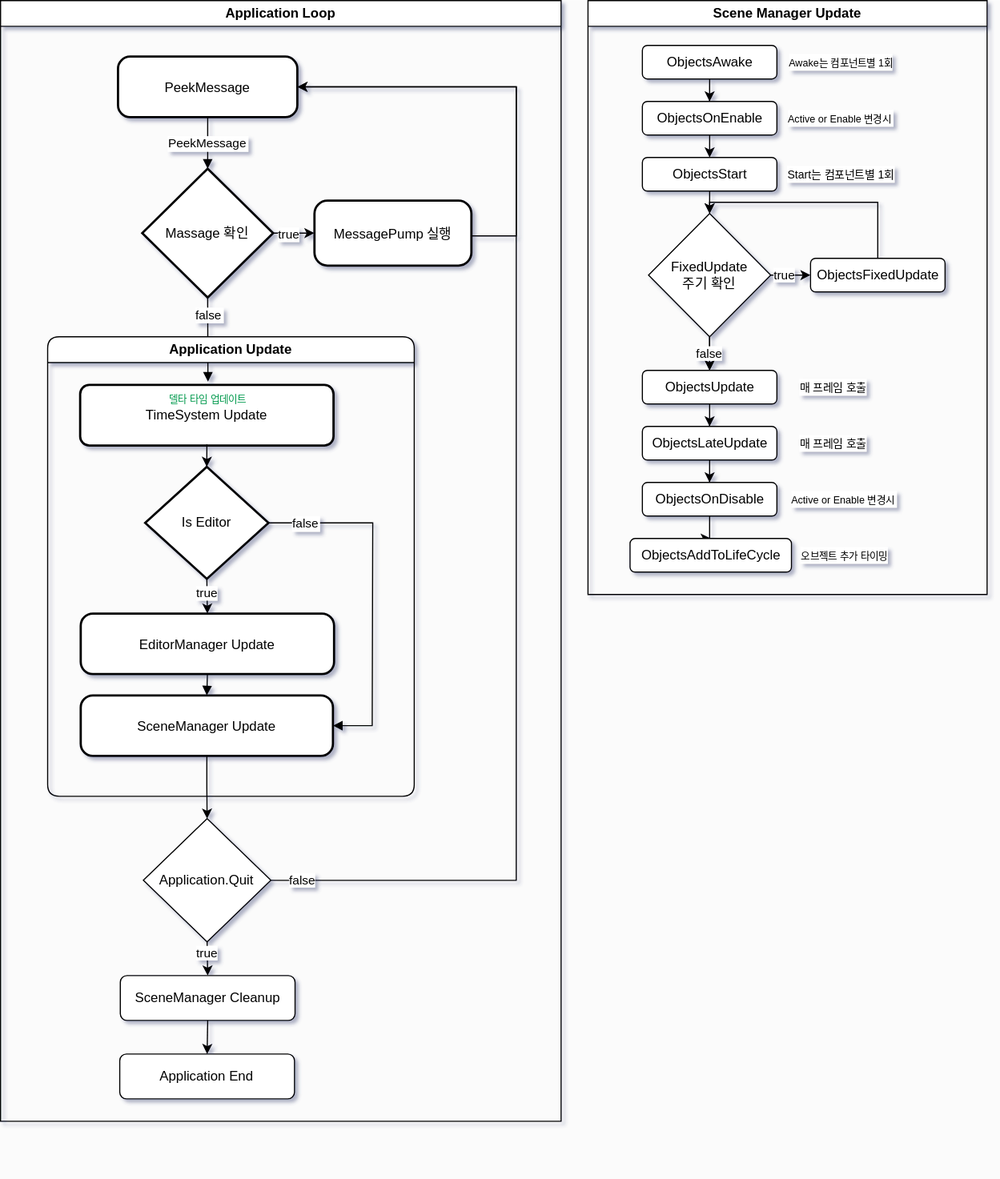
Above: Diagram/GameEngineFlowChart.drawio.svg in Scarecrow37/VanishingGround (draw.io), before the change. Source tidied: cells renumbered, new cells last; positions are measured from the earlier drawing's top-left corner, leaving out a move shared by most shapes.
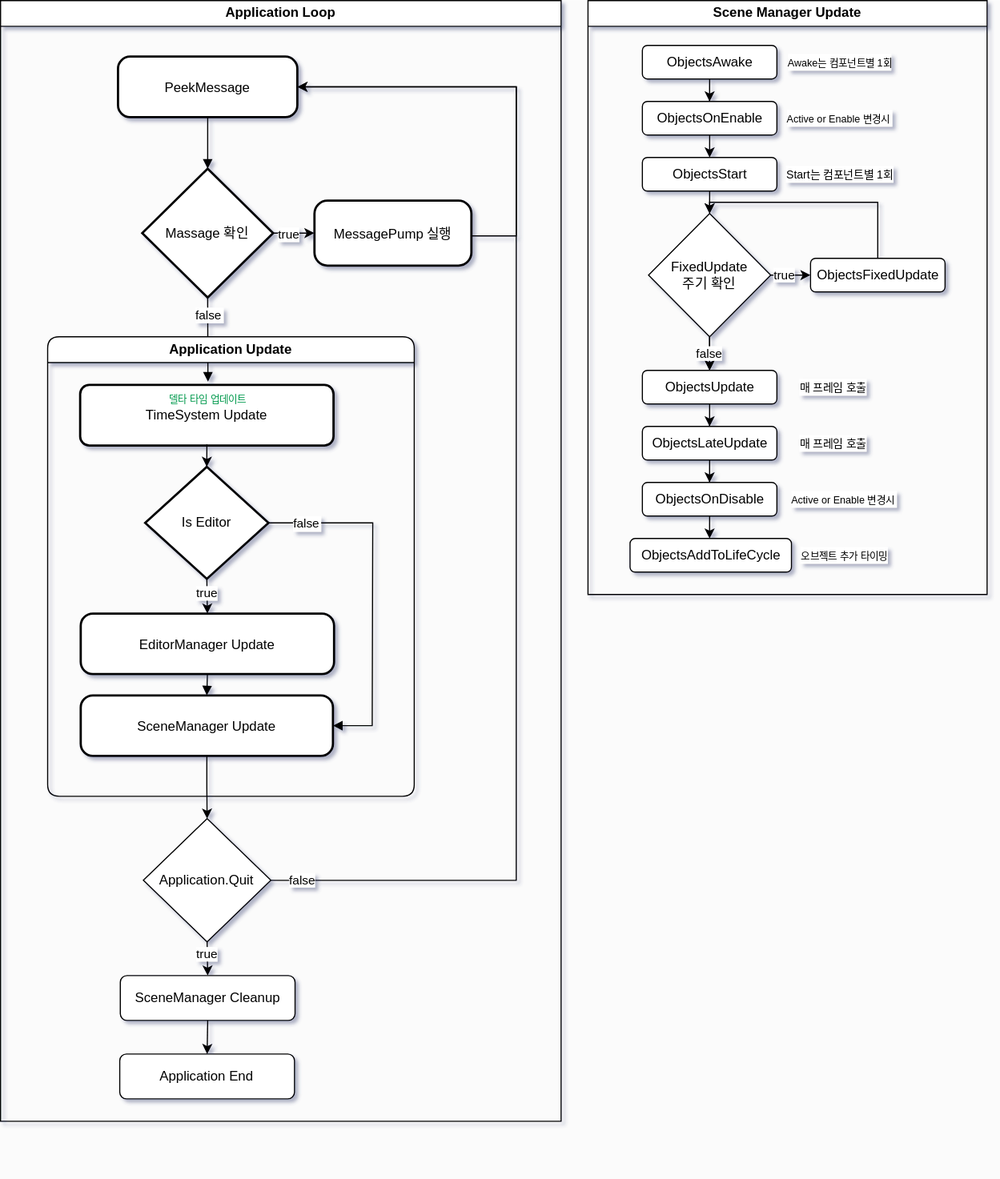
The same file after the commit.

The edit, as a diff of the source:
```diff
@@ -30,7 +30,7 @@
     <mxCell id="8" value="MessagePump 실행" style="rounded=1;arcSize=20;strokeWidth=2;labelBackgroundColor=default;" parent="3" vertex="1">
       <mxGeometry x="260" y="108.5" width="140" height="58" as="geometry" />
     </mxCell>
-    <mxCell id="9" value="PeekMessage" style="curved=1;startArrow=none;endArrow=block;exitX=0.5;exitY=1;entryX=0.5;entryY=0;rounded=0;labelBackgroundColor=default;" parent="3" edge="1" source="4" target="6">
+    <mxCell id="9" style="curved=1;startArrow=none;endArrow=block;exitX=0.5;exitY=1;entryX=0.5;entryY=0;rounded=0;labelBackgroundColor=default;" parent="3" edge="1" source="4" target="6">
       <mxGeometry relative="1" as="geometry" />
     </mxCell>
     <mxCell id="10" value="false" style="curved=0;startArrow=none;endArrow=block;exitX=0.5;exitY=1;entryX=0.5;entryY=0;rounded=0;exitDx=0;exitDy=0;entryDx=0;entryDy=0;labelBackgroundColor=default;" parent="3" edge="1" source="6" target="20">
```
